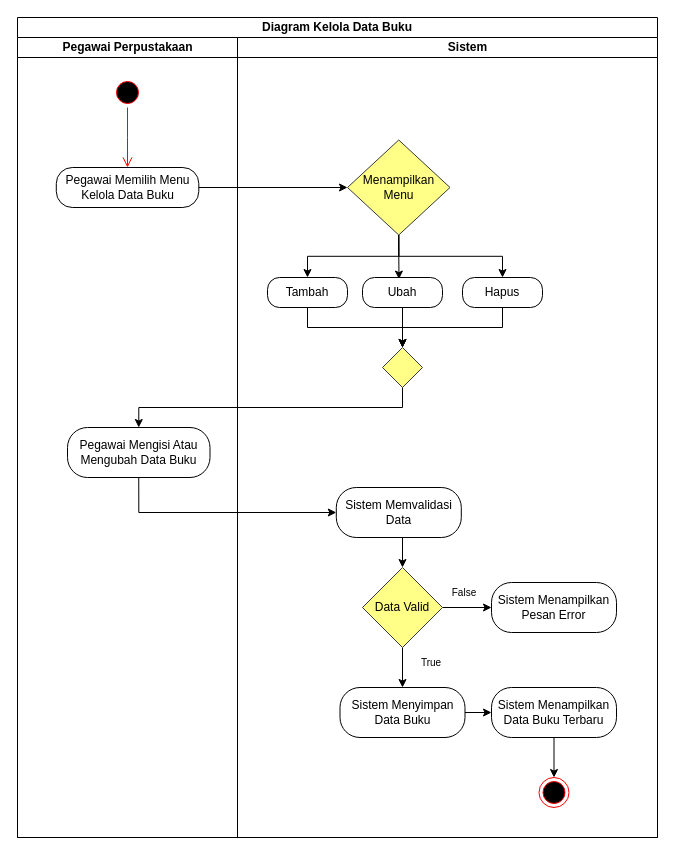
Before: page "Activity Kelola Data Buku" (3 of 17) of Use case.drawio in DikiDrim/FileSkripsi, a draw.io diagram. Source tidied: cells renumbered, new cells numbered last; positions are measured from the earlier drawing's top-left corner, leaving out a move shared by most shapes. Both pictures are drawn from the tidied source at 100%, with x=0, y=0 at pixel (17, 17).
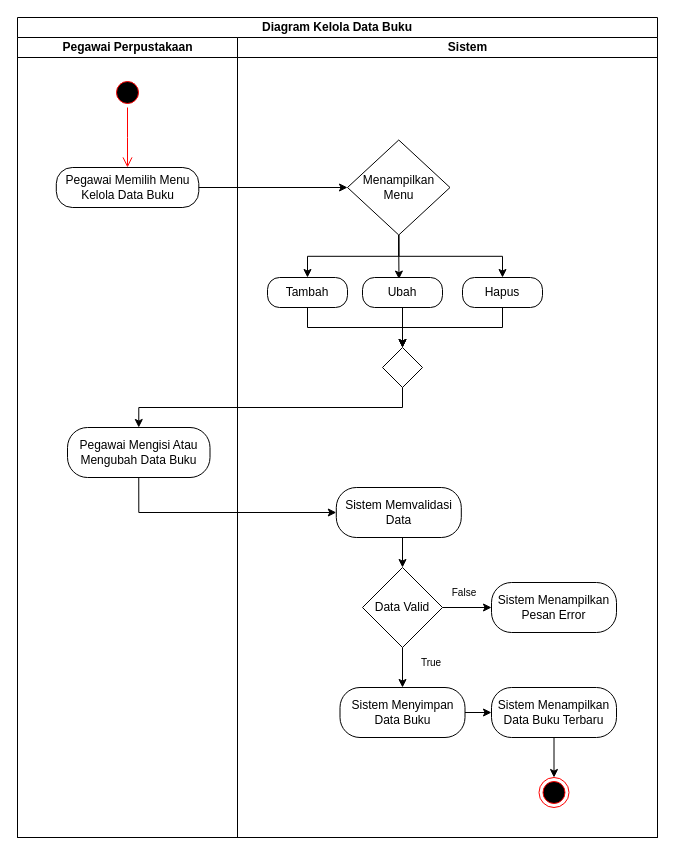
After the change.

The change refers to these unchanged cells:
```xml
<mxCell id="8" value="&lt;blockquote style=&quot;margin: 0 0 0 40px; border: none; padding: 0px;&quot;&gt;Sistem&lt;/blockquote&gt;" style="swimlane;html=1;startSize=20;swimlaneLine=1;" parent="2" vertex="1">
  <mxGeometry x="220" y="20" width="420" height="800" as="geometry" />
</mxCell>
```

The edit, as a diff of the source:
```diff
@@
-    <mxCell id="14" value="Data Valid" style="rhombus;whiteSpace=wrap;html=1;fillColor=#ffff88;strokeColor=#36393d;" parent="8" vertex="1">
+    <mxCell id="14" value="Data Valid" style="rhombus;whiteSpace=wrap;html=1;" parent="8" vertex="1">
       <mxGeometry x="125" y="530" width="80" height="80" as="geometry" />
     </mxCell>
@@
-    <mxCell id="17" value="Menampilkan Menu" style="rhombus;whiteSpace=wrap;html=1;fillColor=#ffff88;strokeColor=#36393d;" parent="8" vertex="1">
+    <mxCell id="17" value="Menampilkan Menu" style="rhombus;whiteSpace=wrap;html=1;" parent="8" vertex="1">
       <mxGeometry x="110" y="102.5" width="102.5" height="95" as="geometry" />
     </mxCell>
@@
-    <mxCell id="25" style="rhombus;whiteSpace=wrap;html=1;fillColor=#ffff88;strokeColor=#36393d;" parent="8" vertex="1">
+    <mxCell id="25" style="rhombus;whiteSpace=wrap;html=1;" parent="8" vertex="1">
       <mxGeometry x="145" y="310" width="40" height="40" as="geometry" />
     </mxCell>
```
